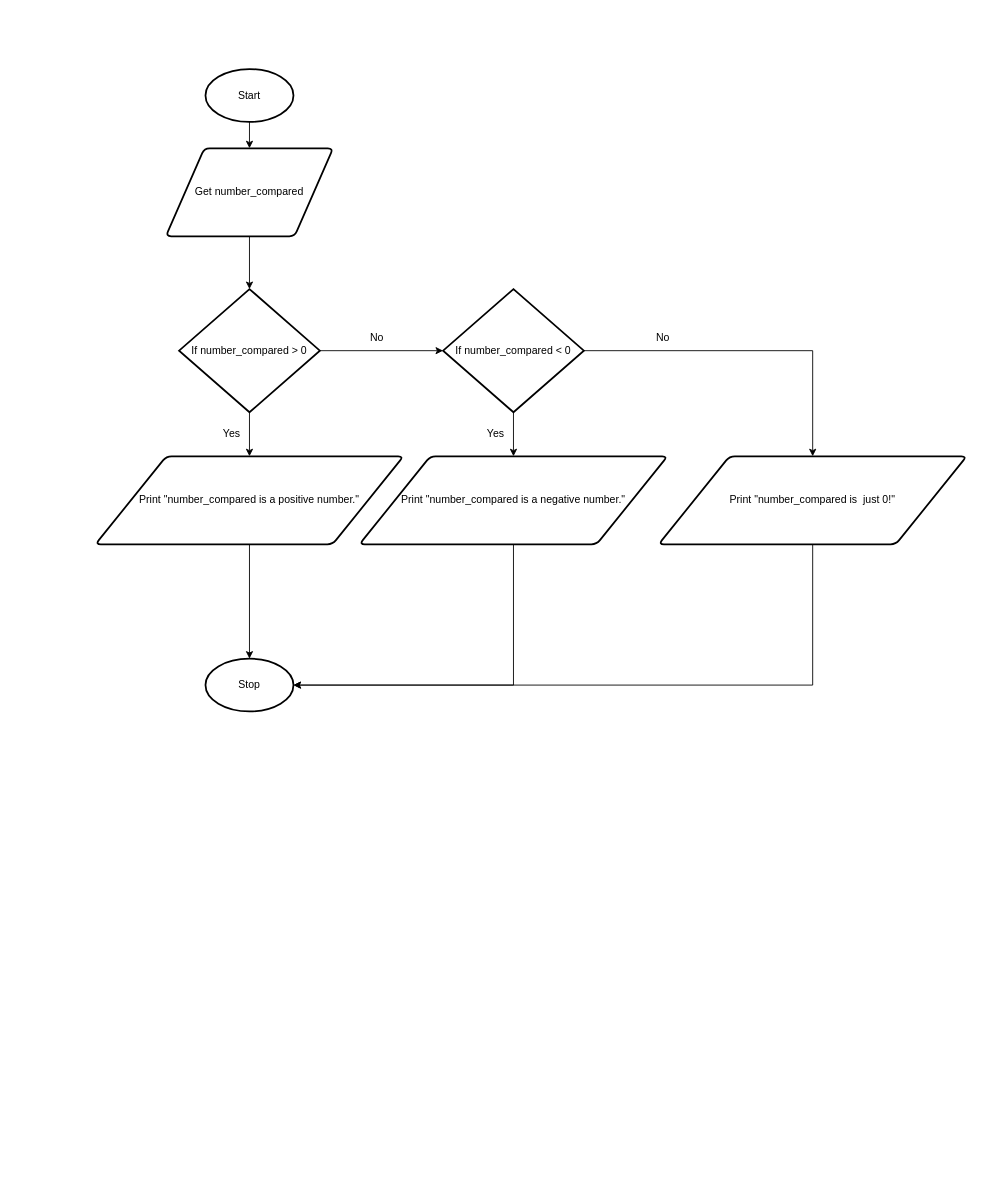
Yiyun-Qin/ICS3U-Unit4-01-Python keeps this draw.io diagram as design.flowchart.drawio. Above is the earlier version. Source tidied: cells renumbered, new cells numbered last; positions are measured from the earlier drawing's top-left corner, leaving out a move shared by most shapes. Both pictures are drawn from the tidied source at 88%, with x=0, y=0 at pixel (95, 69).
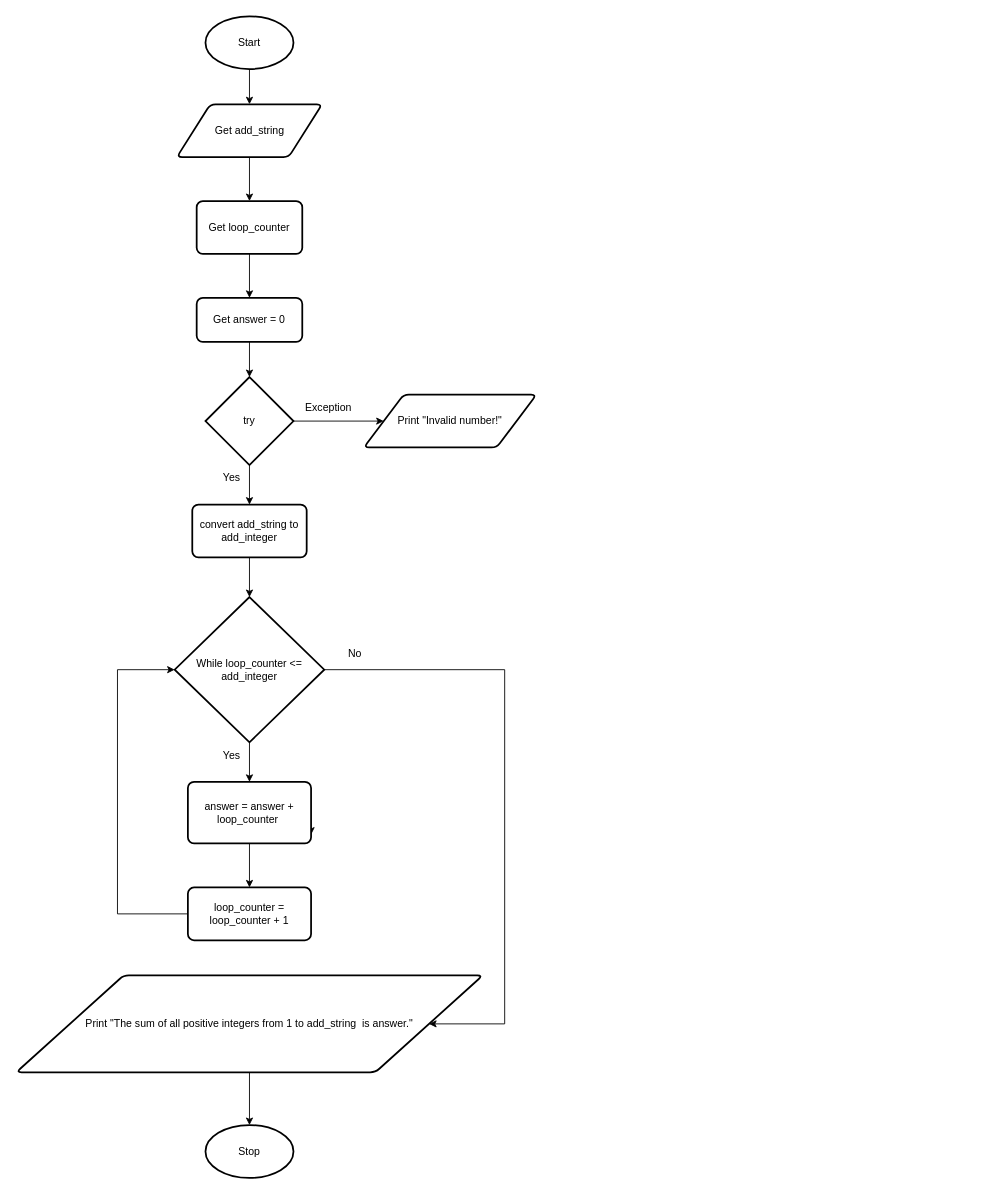
The same page after the edit.

Diff of the diagram source:
```diff
@@
     <mxCell id="3" value="Start" style="strokeWidth=2;html=1;shape=mxgraph.flowchart.start_1;whiteSpace=wrap;" parent="1" vertex="1">
-      <mxGeometry x="125" width="100" height="60" as="geometry" />
+      <mxGeometry x="125" y="-60" width="100" height="60" as="geometry" />
     </mxCell>
-    <mxCell id="4" style="edgeStyle=none;html=1;exitX=0.5;exitY=1;exitDx=0;exitDy=0;entryX=0.5;entryY=0;entryDx=0;entryDy=0;" parent="1" edge="1" source="6">
-      <mxGeometry relative="1" as="geometry">
-        <mxPoint x="175" y="170" as="targetPoint" />
-      </mxGeometry>
-    </mxCell>
-    <mxCell id="5" style="edgeStyle=none;html=1;exitX=0.5;exitY=1;exitDx=0;exitDy=0;entryX=0.5;entryY=0;entryDx=0;entryDy=0;entryPerimeter=0;" parent="1" edge="1" source="6" target="10">
-      <mxGeometry relative="1" as="geometry" />
-    </mxCell>
+    <mxCell id="24" style="edgeStyle=none;html=1;exitX=0.5;exitY=1;exitDx=0;exitDy=0;entryX=0.5;entryY=0;entryDx=0;entryDy=0;" parent="1" edge="1" source="6" target="38">
+      <mxGeometry relative="1" as="geometry" />
+    </mxCell>
-    <mxCell id="6" value="Get number_compared" style="shape=parallelogram;html=1;strokeWidth=2;perimeter=parallelogramPerimeter;whiteSpace=wrap;rounded=1;arcSize=12;size=0.23;" parent="1" vertex="1">
-      <mxGeometry x="80" y="90" width="190" height="100" as="geometry" />
+    <mxCell id="6" value="Get add_string" style="shape=parallelogram;html=1;strokeWidth=2;perimeter=parallelogramPerimeter;whiteSpace=wrap;rounded=1;arcSize=12;size=0.23;" parent="1" vertex="1">
+      <mxGeometry x="92.5" y="40" width="165" height="60" as="geometry" />
     </mxCell>
     <mxCell id="7" value="Stop" style="strokeWidth=2;html=1;shape=mxgraph.flowchart.start_1;whiteSpace=wrap;" parent="1" vertex="1">
-      <mxGeometry x="125" y="670" width="100" height="60" as="geometry" />
+      <mxGeometry x="125" y="1200" width="100" height="60" as="geometry" />
     </mxCell>
-    <mxCell id="8" style="edgeStyle=none;html=1;exitX=0.5;exitY=1;exitDx=0;exitDy=0;exitPerimeter=0;entryX=0.5;entryY=0;entryDx=0;entryDy=0;" parent="1" edge="1" source="10" target="12">
-      <mxGeometry relative="1" as="geometry" />
-    </mxCell>
-    <mxCell id="9" style="edgeStyle=none;html=1;exitX=1;exitY=0.5;exitDx=0;exitDy=0;exitPerimeter=0;" parent="1" edge="1" source="10" target="15">
-      <mxGeometry relative="1" as="geometry" />
-    </mxCell>
-    <mxCell id="10" value="If number_compared &amp;gt; 0" style="strokeWidth=2;html=1;shape=mxgraph.flowchart.decision;whiteSpace=wrap;" parent="1" vertex="1">
-      <mxGeometry x="95" y="250" width="160" height="140" as="geometry" />
-    </mxCell>
-    <mxCell id="11" style="edgeStyle=none;html=1;exitX=0.5;exitY=1;exitDx=0;exitDy=0;entryX=0.5;entryY=0;entryDx=0;entryDy=0;entryPerimeter=0;" parent="1" edge="1" source="12" target="7">
-      <mxGeometry relative="1" as="geometry" />
-    </mxCell>
-    <mxCell id="12" value="Print &quot;number_compared is a positive number.&quot;" style="shape=parallelogram;html=1;strokeWidth=2;perimeter=parallelogramPerimeter;whiteSpace=wrap;rounded=1;arcSize=12;size=0.23;" parent="1" vertex="1">
-      <mxGeometry y="440" width="350" height="100" as="geometry" />
-    </mxCell>
-    <mxCell id="13" style="edgeStyle=none;html=1;exitX=0.5;exitY=1;exitDx=0;exitDy=0;exitPerimeter=0;entryX=0.5;entryY=0;entryDx=0;entryDy=0;" parent="1" edge="1" source="15" target="19">
-      <mxGeometry relative="1" as="geometry" />
-    </mxCell>
-    <mxCell id="14" style="edgeStyle=orthogonalEdgeStyle;rounded=0;html=1;exitX=1;exitY=0.5;exitDx=0;exitDy=0;exitPerimeter=0;entryX=0.5;entryY=0;entryDx=0;entryDy=0;strokeColor=default;" parent="1" edge="1" source="15" target="23">
-      <mxGeometry relative="1" as="geometry" />
-    </mxCell>
-    <mxCell id="15" value="If number_compared &amp;lt; 0" style="strokeWidth=2;html=1;shape=mxgraph.flowchart.decision;whiteSpace=wrap;" parent="1" vertex="1">
-      <mxGeometry x="395" y="250" width="160" height="140" as="geometry" />
-    </mxCell>
     <mxCell id="16" value="Yes" style="text;html=1;strokeColor=none;fillColor=none;align=center;verticalAlign=middle;whiteSpace=wrap;rounded=0;" parent="1" vertex="1">
-      <mxGeometry x="125" y="400" width="60" height="30" as="geometry" />
+      <mxGeometry x="125" y="450" width="60" height="30" as="geometry" />
     </mxCell>
     <mxCell id="17" value="No" style="text;html=1;strokeColor=none;fillColor=none;align=center;verticalAlign=middle;whiteSpace=wrap;rounded=0;" parent="1" vertex="1">
-      <mxGeometry x="290" y="290" width="60" height="30" as="geometry" />
+      <mxGeometry x="265" y="650" width="60" height="30" as="geometry" />
     </mxCell>
-    <mxCell id="18" style="edgeStyle=orthogonalEdgeStyle;html=1;exitX=0.5;exitY=1;exitDx=0;exitDy=0;entryX=1;entryY=0.5;entryDx=0;entryDy=0;entryPerimeter=0;strokeColor=default;rounded=0;" parent="1" edge="1" source="19" target="7">
-      <mxGeometry relative="1" as="geometry" />
-    </mxCell>
-    <mxCell id="19" value="Print &quot;number_compared is a negative number.&quot;" style="shape=parallelogram;html=1;strokeWidth=2;perimeter=parallelogramPerimeter;whiteSpace=wrap;rounded=1;arcSize=12;size=0.23;" parent="1" vertex="1">
-      <mxGeometry x="300" y="440" width="350" height="100" as="geometry" />
-    </mxCell>
+    <mxCell id="25" style="edgeStyle=none;html=1;exitX=0.5;exitY=1;exitDx=0;exitDy=0;exitPerimeter=0;entryX=0.5;entryY=0;entryDx=0;entryDy=0;" parent="1" edge="1" source="14" target="28">
+      <mxGeometry relative="1" as="geometry" />
+    </mxCell>
+    <mxCell id="26" style="edgeStyle=none;html=1;exitX=1;exitY=0.5;exitDx=0;exitDy=0;exitPerimeter=0;entryX=0;entryY=0.5;entryDx=0;entryDy=0;" parent="1" edge="1" source="14" target="29">
+      <mxGeometry relative="1" as="geometry" />
+    </mxCell>
+    <mxCell id="14" value="try" style="strokeWidth=2;html=1;shape=mxgraph.flowchart.decision;whiteSpace=wrap;" parent="1" vertex="1">
+      <mxGeometry x="125" y="350" width="100" height="100" as="geometry" />
+    </mxCell>
+    <mxCell id="27" style="edgeStyle=none;html=1;exitX=0.5;exitY=1;exitDx=0;exitDy=0;entryX=0.5;entryY=0;entryDx=0;entryDy=0;entryPerimeter=0;" parent="1" edge="1" source="28" target="33">
+      <mxGeometry relative="1" as="geometry" />
+    </mxCell>
+    <mxCell id="28" value="convert add_string to add_integer" style="rounded=1;whiteSpace=wrap;html=1;absoluteArcSize=1;arcSize=14;strokeWidth=2;" parent="1" vertex="1">
+      <mxGeometry x="110" y="495" width="130" height="60" as="geometry" />
+    </mxCell>
+    <mxCell id="29" value="Print &quot;Invalid number!&quot;" style="shape=parallelogram;html=1;strokeWidth=2;perimeter=parallelogramPerimeter;whiteSpace=wrap;rounded=1;arcSize=12;size=0.23;" parent="1" vertex="1">
+      <mxGeometry x="305" y="370" width="196" height="60" as="geometry" />
+    </mxCell>
+    <mxCell id="30" value="Exception" style="text;html=1;strokeColor=none;fillColor=none;align=center;verticalAlign=middle;whiteSpace=wrap;rounded=0;" parent="1" vertex="1">
+      <mxGeometry x="235" y="370" width="60" height="30" as="geometry" />
+    </mxCell>
+    <mxCell id="31" style="edgeStyle=none;html=1;exitX=0.5;exitY=1;exitDx=0;exitDy=0;exitPerimeter=0;entryX=0.5;entryY=0;entryDx=0;entryDy=0;" parent="1" edge="1" source="33" target="36">
+      <mxGeometry relative="1" as="geometry" />
+    </mxCell>
+    <mxCell id="32" style="edgeStyle=orthogonalEdgeStyle;rounded=0;html=1;exitX=1;exitY=0.5;exitDx=0;exitDy=0;exitPerimeter=0;entryX=1;entryY=0.5;entryDx=0;entryDy=0;" parent="1" edge="1" source="33" target="44">
+      <mxGeometry relative="1" as="geometry">
+        <Array as="points">
+          <mxPoint x="465" y="683" />
+          <mxPoint x="465" y="1085" />
+        </Array>
+      </mxGeometry>
+    </mxCell>
+    <mxCell id="33" value="While loop_counter &amp;lt;= add_integer" style="strokeWidth=2;html=1;shape=mxgraph.flowchart.decision;whiteSpace=wrap;" parent="1" vertex="1">
+      <mxGeometry x="90" y="600" width="170" height="165" as="geometry" />
+    </mxCell>
+    <mxCell id="34" style="edgeStyle=none;html=1;exitX=1;exitY=0.75;exitDx=0;exitDy=0;" parent="1" edge="1" source="36">
+      <mxGeometry relative="1" as="geometry">
+        <mxPoint x="245" y="870" as="targetPoint" />
+      </mxGeometry>
+    </mxCell>
+    <mxCell id="35" style="edgeStyle=none;html=1;exitX=0.5;exitY=1;exitDx=0;exitDy=0;entryX=0.5;entryY=0;entryDx=0;entryDy=0;" parent="1" edge="1" source="36" target="42">
+      <mxGeometry relative="1" as="geometry" />
+    </mxCell>
+    <mxCell id="36" value="answer = answer + loop_counter&amp;nbsp;" style="rounded=1;whiteSpace=wrap;html=1;absoluteArcSize=1;arcSize=14;strokeWidth=2;" parent="1" vertex="1">
+      <mxGeometry x="105" y="810" width="140" height="70" as="geometry" />
+    </mxCell>
+    <mxCell id="37" style="edgeStyle=none;html=1;exitX=0.5;exitY=1;exitDx=0;exitDy=0;entryX=0.5;entryY=0;entryDx=0;entryDy=0;" parent="1" edge="1" source="38" target="40">
+      <mxGeometry relative="1" as="geometry" />
+    </mxCell>
+    <mxCell id="38" value="Get loop_counter" style="rounded=1;whiteSpace=wrap;html=1;absoluteArcSize=1;arcSize=14;strokeWidth=2;" parent="1" vertex="1">
+      <mxGeometry x="115" y="150" width="120" height="60" as="geometry" />
+    </mxCell>
+    <mxCell id="39" style="edgeStyle=none;html=1;exitX=0.5;exitY=1;exitDx=0;exitDy=0;entryX=0.5;entryY=0;entryDx=0;entryDy=0;entryPerimeter=0;" parent="1" edge="1" source="40" target="14">
+      <mxGeometry relative="1" as="geometry" />
+    </mxCell>
+    <mxCell id="40" value="Get answer = 0" style="rounded=1;whiteSpace=wrap;html=1;absoluteArcSize=1;arcSize=14;strokeWidth=2;" parent="1" vertex="1">
+      <mxGeometry x="115" y="260" width="120" height="50" as="geometry" />
+    </mxCell>
+    <mxCell id="41" style="edgeStyle=orthogonalEdgeStyle;html=1;exitX=0;exitY=0.5;exitDx=0;exitDy=0;entryX=0;entryY=0.5;entryDx=0;entryDy=0;entryPerimeter=0;rounded=0;" parent="1" edge="1" source="42" target="33">
+      <mxGeometry relative="1" as="geometry">
+        <Array as="points">
+          <mxPoint x="25" y="960" />
+          <mxPoint x="25" y="683" />
+        </Array>
+      </mxGeometry>
+    </mxCell>
+    <mxCell id="42" value="loop_counter = loop_counter + 1" style="rounded=1;whiteSpace=wrap;html=1;absoluteArcSize=1;arcSize=14;strokeWidth=2;" parent="1" vertex="1">
+      <mxGeometry x="105" y="930" width="140" height="60" as="geometry" />
+    </mxCell>
     <mxCell id="20" value="Yes" style="text;html=1;strokeColor=none;fillColor=none;align=center;verticalAlign=middle;whiteSpace=wrap;rounded=0;" parent="1" vertex="1">
-      <mxGeometry x="425" y="400" width="60" height="30" as="geometry" />
+      <mxGeometry x="125" y="765" width="60" height="30" as="geometry" />
     </mxCell>
-    <mxCell id="21" value="No" style="text;html=1;strokeColor=none;fillColor=none;align=center;verticalAlign=middle;whiteSpace=wrap;rounded=0;" parent="1" vertex="1">
-      <mxGeometry x="615" y="290" width="60" height="30" as="geometry" />
-    </mxCell>
-    <mxCell id="22" style="edgeStyle=orthogonalEdgeStyle;rounded=0;html=1;exitX=0.5;exitY=1;exitDx=0;exitDy=0;entryX=1;entryY=0.5;entryDx=0;entryDy=0;entryPerimeter=0;strokeColor=default;" parent="1" edge="1" source="23" target="7">
-      <mxGeometry relative="1" as="geometry" />
-    </mxCell>
-    <mxCell id="23" value="Print &quot;number_compared is&amp;nbsp; just 0!&quot;" style="shape=parallelogram;html=1;strokeWidth=2;perimeter=parallelogramPerimeter;whiteSpace=wrap;rounded=1;arcSize=12;size=0.23;" parent="1" vertex="1">
-      <mxGeometry x="640" y="440" width="350" height="100" as="geometry" />
-    </mxCell>
+    <mxCell id="43" style="edgeStyle=orthogonalEdgeStyle;rounded=0;html=1;exitX=0.5;exitY=1;exitDx=0;exitDy=0;entryX=0.5;entryY=0;entryDx=0;entryDy=0;entryPerimeter=0;" parent="1" edge="1" source="44" target="7">
+      <mxGeometry relative="1" as="geometry" />
+    </mxCell>
+    <mxCell id="44" value="Print &quot;The sum of all positive integers from 1 to add_string&amp;nbsp; is answer.&quot;" style="shape=parallelogram;html=1;strokeWidth=2;perimeter=parallelogramPerimeter;whiteSpace=wrap;rounded=1;arcSize=12;size=0.23;" parent="1" vertex="1">
+      <mxGeometry x="-90" y="1030" width="530" height="110" as="geometry" />
+    </mxCell>
```
